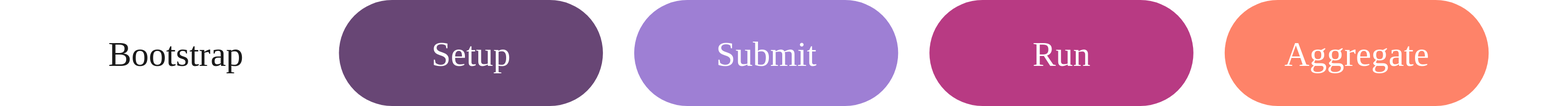
Above: docs/source/_static/knit-arrow-dark.svg in knit-sh/knit (draw.io), before the change. Source tidied: cells renumbered, new cells last; positions are measured from the earlier drawing's top-left corner, leaving out a move shared by most shapes. The source it was exported from:
```xml
<mxGraphModel>
  <root>
    <mxCell id="0" />
    <mxCell id="1" parent="0" />
    <mxCell id="2" style="endArrow=block;html=1;rounded=0;strokeWidth=10;endFill=1;strokeColor=#FFFFFF;" parent="1" edge="1">
      <mxGeometry relative="1" as="geometry">
        <mxPoint y="80" as="sourcePoint" />
        <mxPoint x="2230" y="80" as="targetPoint" />
      </mxGeometry>
    </mxCell>
    <mxCell id="3" value="&lt;span style=&quot;&quot;&gt;Bootstrap&lt;/span&gt;" style="rounded=1;whiteSpace=wrap;html=1;arcSize=50;fillColor=#FFFFFF;strokeColor=none;fontSize=50;fontFamily=Montserrat;fontColor=#1A1A1A;" parent="1" vertex="1">
      <mxGeometry x="50" width="380" height="153" as="geometry" />
    </mxCell>
    <mxCell id="4" value="&lt;span style=&quot;color: rgb(255, 255, 255);&quot;&gt;Setup&lt;/span&gt;" style="rounded=1;whiteSpace=wrap;html=1;arcSize=50;fillColor=#684675;strokeColor=none;fontSize=50;fontFamily=Montserrat;" parent="1" vertex="1">
      <mxGeometry x="475" width="380" height="153" as="geometry" />
    </mxCell>
    <mxCell id="5" value="&lt;span style=&quot;color: rgb(255, 255, 255);&quot;&gt;Submit&lt;/span&gt;" style="rounded=1;whiteSpace=wrap;html=1;arcSize=50;fillColor=#9E7FD4;strokeColor=none;fontSize=50;fontFamily=Montserrat;" parent="1" vertex="1">
      <mxGeometry x="900" width="380" height="153" as="geometry" />
    </mxCell>
    <mxCell id="6" value="&lt;span style=&quot;color: rgb(255, 255, 255);&quot;&gt;Run&lt;/span&gt;" style="rounded=1;whiteSpace=wrap;html=1;arcSize=50;fillColor=#B83A83;strokeColor=none;fontSize=50;fontFamily=Montserrat;" parent="1" vertex="1">
      <mxGeometry x="1325" width="380" height="153" as="geometry" />
    </mxCell>
    <mxCell id="7" value="&lt;span style=&quot;color: rgb(255, 255, 255);&quot;&gt;Aggregate&lt;/span&gt;" style="rounded=1;whiteSpace=wrap;html=1;arcSize=50;fillColor=#FE8369;strokeColor=none;fontSize=50;fontFamily=Montserrat;" parent="1" vertex="1">
      <mxGeometry x="1750" width="380" height="153" as="geometry" />
    </mxCell>
  </root>
</mxGraphModel>
```
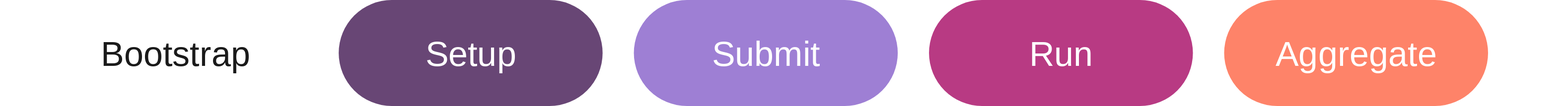
The same file after the commit.

What changed in the source:
```diff
@@ -2,25 +2,25 @@
   <root>
     <mxCell id="0" />
     <mxCell id="1" parent="0" />
-    <mxCell id="2" style="endArrow=block;html=1;rounded=0;strokeWidth=10;endFill=1;strokeColor=#FFFFFF;" parent="1" edge="1">
+    <mxCell id="2" style="endArrow=block;html=1;rounded=0;strokeWidth=10;endFill=1;strokeColor=#FFFFFF;fontFamily=Montserrat;fontSource=https%3A%2F%2Ffonts.googleapis.com%2Fcss%3Ffamily%3DMontserrat;" parent="1" edge="1">
       <mxGeometry relative="1" as="geometry">
         <mxPoint y="80" as="sourcePoint" />
         <mxPoint x="2230" y="80" as="targetPoint" />
       </mxGeometry>
     </mxCell>
-    <mxCell id="3" value="&lt;span style=&quot;&quot;&gt;Bootstrap&lt;/span&gt;" style="rounded=1;whiteSpace=wrap;html=1;arcSize=50;fillColor=#FFFFFF;strokeColor=none;fontSize=50;fontFamily=Montserrat;fontColor=#1A1A1A;" parent="1" vertex="1">
+    <mxCell id="3" value="&lt;span style=&quot;&quot;&gt;Bootstrap&lt;/span&gt;" style="rounded=1;whiteSpace=wrap;html=1;arcSize=50;fillColor=#FFFFFF;strokeColor=none;fontSize=50;fontFamily=Montserrat;fontColor=#1A1A1A;fontSource=https%3A%2F%2Ffonts.googleapis.com%2Fcss%3Ffamily%3DMontserrat;" parent="1" vertex="1">
       <mxGeometry x="50" width="380" height="153" as="geometry" />
     </mxCell>
-    <mxCell id="4" value="&lt;span style=&quot;color: rgb(255, 255, 255);&quot;&gt;Setup&lt;/span&gt;" style="rounded=1;whiteSpace=wrap;html=1;arcSize=50;fillColor=#684675;strokeColor=none;fontSize=50;fontFamily=Montserrat;" parent="1" vertex="1">
+    <mxCell id="4" value="&lt;span style=&quot;color: rgb(255, 255, 255);&quot;&gt;Setup&lt;/span&gt;" style="rounded=1;whiteSpace=wrap;html=1;arcSize=50;fillColor=#684675;strokeColor=none;fontSize=50;fontFamily=Montserrat;fontSource=https%3A%2F%2Ffonts.googleapis.com%2Fcss%3Ffamily%3DMontserrat;" parent="1" vertex="1">
       <mxGeometry x="475" width="380" height="153" as="geometry" />
     </mxCell>
-    <mxCell id="5" value="&lt;span style=&quot;color: rgb(255, 255, 255);&quot;&gt;Submit&lt;/span&gt;" style="rounded=1;whiteSpace=wrap;html=1;arcSize=50;fillColor=#9E7FD4;strokeColor=none;fontSize=50;fontFamily=Montserrat;" parent="1" vertex="1">
+    <mxCell id="5" value="&lt;span style=&quot;color: rgb(255, 255, 255);&quot;&gt;Submit&lt;/span&gt;" style="rounded=1;whiteSpace=wrap;html=1;arcSize=50;fillColor=#9E7FD4;strokeColor=none;fontSize=50;fontFamily=Montserrat;fontSource=https%3A%2F%2Ffonts.googleapis.com%2Fcss%3Ffamily%3DMontserrat;" parent="1" vertex="1">
       <mxGeometry x="900" width="380" height="153" as="geometry" />
     </mxCell>
-    <mxCell id="6" value="&lt;span style=&quot;color: rgb(255, 255, 255);&quot;&gt;Run&lt;/span&gt;" style="rounded=1;whiteSpace=wrap;html=1;arcSize=50;fillColor=#B83A83;strokeColor=none;fontSize=50;fontFamily=Montserrat;" parent="1" vertex="1">
+    <mxCell id="6" value="&lt;span style=&quot;color: rgb(255, 255, 255);&quot;&gt;Run&lt;/span&gt;" style="rounded=1;whiteSpace=wrap;html=1;arcSize=50;fillColor=#B83A83;strokeColor=none;fontSize=50;fontFamily=Montserrat;fontSource=https%3A%2F%2Ffonts.googleapis.com%2Fcss%3Ffamily%3DMontserrat;" parent="1" vertex="1">
       <mxGeometry x="1325" width="380" height="153" as="geometry" />
     </mxCell>
-    <mxCell id="7" value="&lt;span style=&quot;color: rgb(255, 255, 255);&quot;&gt;Aggregate&lt;/span&gt;" style="rounded=1;whiteSpace=wrap;html=1;arcSize=50;fillColor=#FE8369;strokeColor=none;fontSize=50;fontFamily=Montserrat;" parent="1" vertex="1">
+    <mxCell id="7" value="&lt;span style=&quot;color: rgb(255, 255, 255);&quot;&gt;Aggregate&lt;/span&gt;" style="rounded=1;whiteSpace=wrap;html=1;arcSize=50;fillColor=#FE8369;strokeColor=none;fontSize=50;fontFamily=Montserrat;fontSource=https%3A%2F%2Ffonts.googleapis.com%2Fcss%3Ffamily%3DMontserrat;" parent="1" vertex="1">
       <mxGeometry x="1750" width="380" height="153" as="geometry" />
     </mxCell>
   </root>
```
